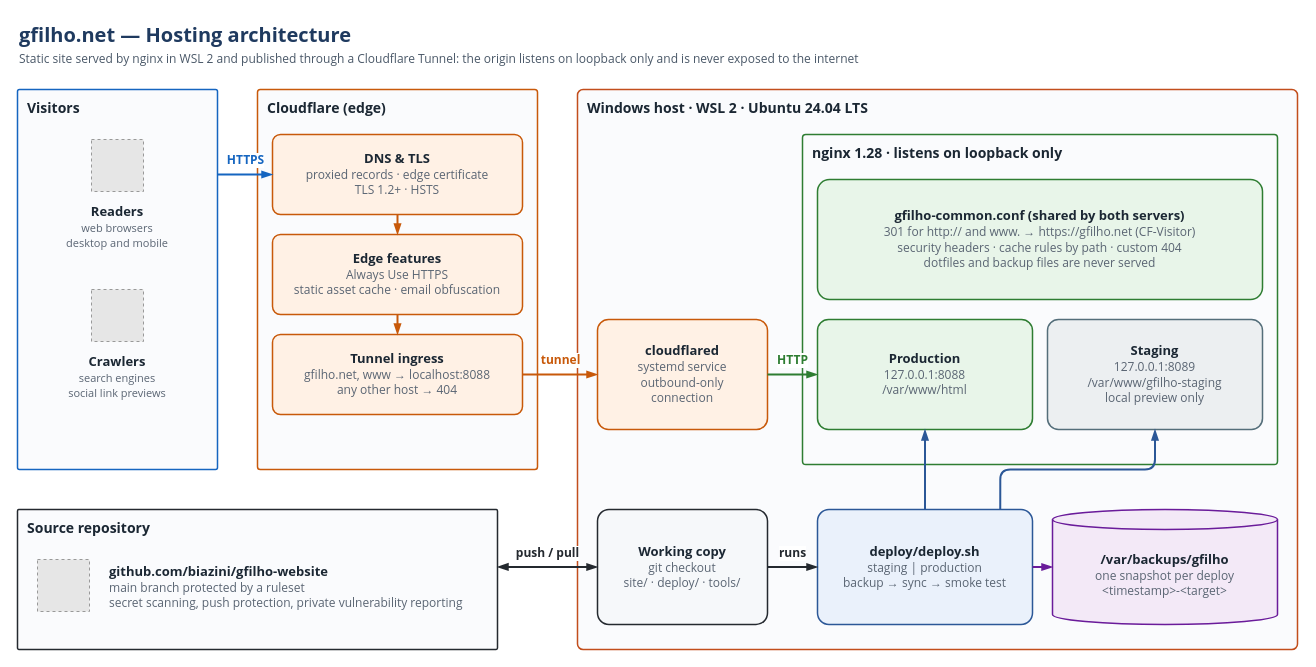
This is docs/architecture/gfilho-hosting-architecture.drawio from biazini/gfilho-website, a draw.io file, before an edit. Source tidied: cells renumbered, new cells numbered last; positions are measured from the earlier drawing's top-left corner, leaving out a move shared by most shapes. Both pictures are drawn from the tidied source at 100%, with x=0, y=0 at pixel (17, 17). Pictures stored in the file or linked from it are replaced by grey dashed boxes.
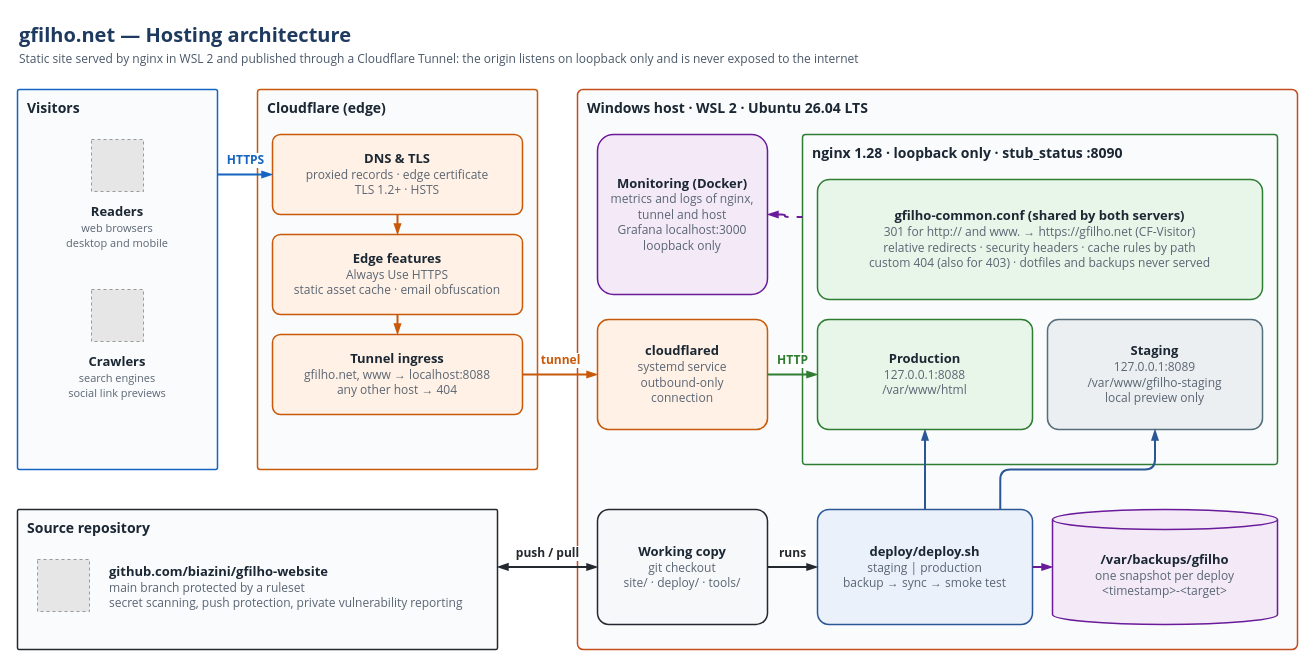
Above is the later version.

Diff of the diagram source:
```diff
@@
-    <mxCell id="13" value="Windows host · WSL 2 · Ubuntu 24.04 LTS" style="rounded=1;whiteSpace=wrap;html=1;fillColor=#FAFBFD;strokeColor=#C24E1C;fontSize=14;arcSize=1;fontFamily=Segoe UI;fontColor=#1B2733;align=left;verticalAlign=top;spacingTop=4;spacingLeft=8;fontStyle=1;strokeWidth=1.5;" parent="1" vertex="1">
+    <mxCell id="13" value="Windows host · WSL 2 · Ubuntu 26.04 LTS" style="rounded=1;whiteSpace=wrap;html=1;fillColor=#FAFBFD;strokeColor=#C24E1C;fontSize=14;arcSize=1;fontFamily=Segoe UI;fontColor=#1B2733;align=left;verticalAlign=top;spacingTop=4;spacingLeft=8;fontStyle=1;strokeWidth=1.5;" parent="1" vertex="1">
       <mxGeometry x="560" y="72" width="720" height="560" as="geometry" />
     </mxCell>
+    <mxCell id="35" value="&lt;b&gt;Monitoring (Docker)&lt;/b&gt;&lt;br&gt;&lt;font style=&quot;font-size:12px&quot; color=&quot;#5A6573&quot;&gt;metrics and logs of nginx,&lt;br&gt;tunnel and host&lt;br&gt;Grafana localhost:3000&lt;br&gt;loopback only&lt;/font&gt;" style="rounded=1;whiteSpace=wrap;html=1;fillColor=#F3E9F7;strokeColor=#6A1B9A;fontSize=13;arcSize=10;fontFamily=Segoe UI;fontColor=#1B2733;align=center;strokeWidth=1.5;spacing=6;" parent="13" vertex="1">
+      <mxGeometry x="20" y="45" width="170" height="160" as="geometry" />
+    </mxCell>
@@
-    <mxCell id="15" value="nginx 1.28 · listens on loopback only" style="rounded=1;whiteSpace=wrap;html=1;fillColor=#FAFBFD;strokeColor=#2E7D32;fontSize=14;arcSize=1;fontFamily=Segoe UI;fontColor=#1B2733;align=left;verticalAlign=top;spacingTop=4;spacingLeft=8;fontStyle=1;strokeWidth=1.5;" parent="13" vertex="1">
+    <mxCell id="15" value="nginx 1.28 · loopback only · stub_status :8090" style="rounded=1;whiteSpace=wrap;html=1;fillColor=#FAFBFD;strokeColor=#2E7D32;fontSize=14;arcSize=1;fontFamily=Segoe UI;fontColor=#1B2733;align=left;verticalAlign=top;spacingTop=4;spacingLeft=8;fontStyle=1;strokeWidth=1.5;" parent="13" vertex="1">
       <mxGeometry x="225" y="45" width="475" height="330" as="geometry" />
     </mxCell>
-    <mxCell id="16" value="&lt;b&gt;gfilho-common.conf (shared by both servers)&lt;/b&gt;&lt;br&gt;&lt;font style=&quot;font-size:12px&quot; color=&quot;#5A6573&quot;&gt;301 for http:// and www. → https://gfilho.net (CF-Visitor)&lt;br&gt;security headers · cache rules by path · custom 404&lt;br&gt;dotfiles and backup files are never served&lt;/font&gt;" style="rounded=1;whiteSpace=wrap;html=1;fillColor=#E8F5E9;strokeColor=#2E7D32;fontSize=13;arcSize=10;fontFamily=Segoe UI;fontColor=#1B2733;align=center;strokeWidth=1.5;spacing=6;" parent="15" vertex="1">
+    <mxCell id="16" value="&lt;b&gt;gfilho-common.conf (shared by both servers)&lt;/b&gt;&lt;br&gt;&lt;font style=&quot;font-size:12px&quot; color=&quot;#5A6573&quot;&gt;301 for http:// and www. → https://gfilho.net (CF-Visitor)&lt;br&gt;relative redirects · security headers · cache rules by path&lt;br&gt;custom 404 (also for 403) · dotfiles and backups never served&lt;/font&gt;" style="rounded=1;whiteSpace=wrap;html=1;fillColor=#E8F5E9;strokeColor=#2E7D32;fontSize=13;arcSize=10;fontFamily=Segoe UI;fontColor=#1B2733;align=center;strokeWidth=1.5;spacing=6;" parent="15" vertex="1">
       <mxGeometry x="15" y="45" width="445" height="120" as="geometry" />
     </mxCell>
@@
+    <mxCell id="36" style="edgeStyle=orthogonalEdgeStyle;rounded=1;html=1;strokeColor=#6A1B9A;strokeWidth=2;endArrow=blockThin;endFill=1;fontSize=12;fontColor=#6A1B9A;fontFamily=Segoe UI;labelBackgroundColor=#FFFFFF;fontStyle=1;exitX=1;exitY=0.5;exitDx=0;exitDy=0;entryX=0;entryY=0.25;entryDx=0;entryDy=0;dashed=1;dashPattern=6 4;startArrow=blockThin;startFill=1;endArrow=none;" parent="1" edge="1" source="35" target="15">
+      <mxGeometry relative="1" as="geometry">
+        <mxPoint y="-14" as="offset" />
+      </mxGeometry>
+    </mxCell>
```
